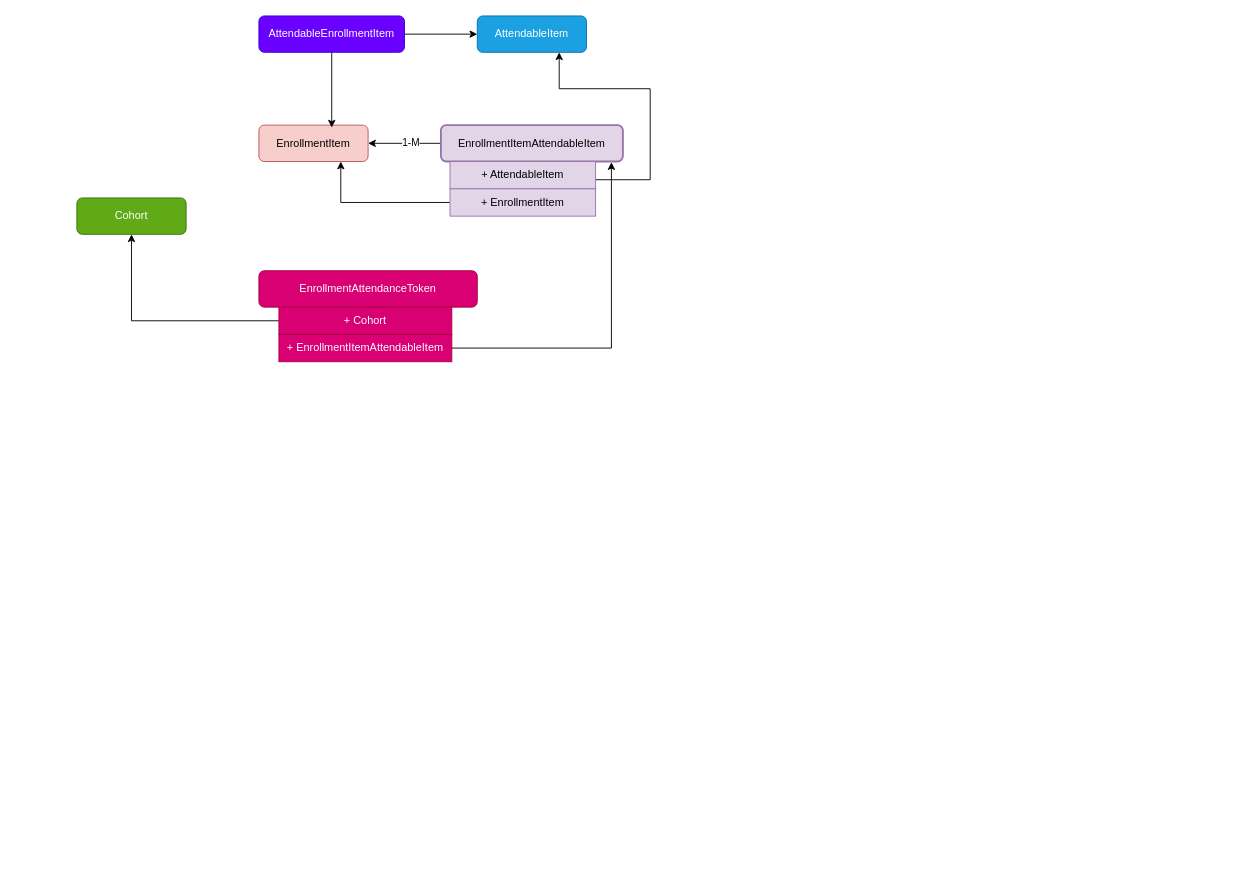
This is Enrolla.drawio from nana-essah/data-abstractions, a draw.io file, before an edit. Source tidied: cells renumbered, new cells numbered last; positions are measured from the earlier drawing's top-left corner, leaving out a move shared by most shapes. Both pictures are drawn from the tidied source at 91%, with x=0, y=0 at pixel (76, 15).
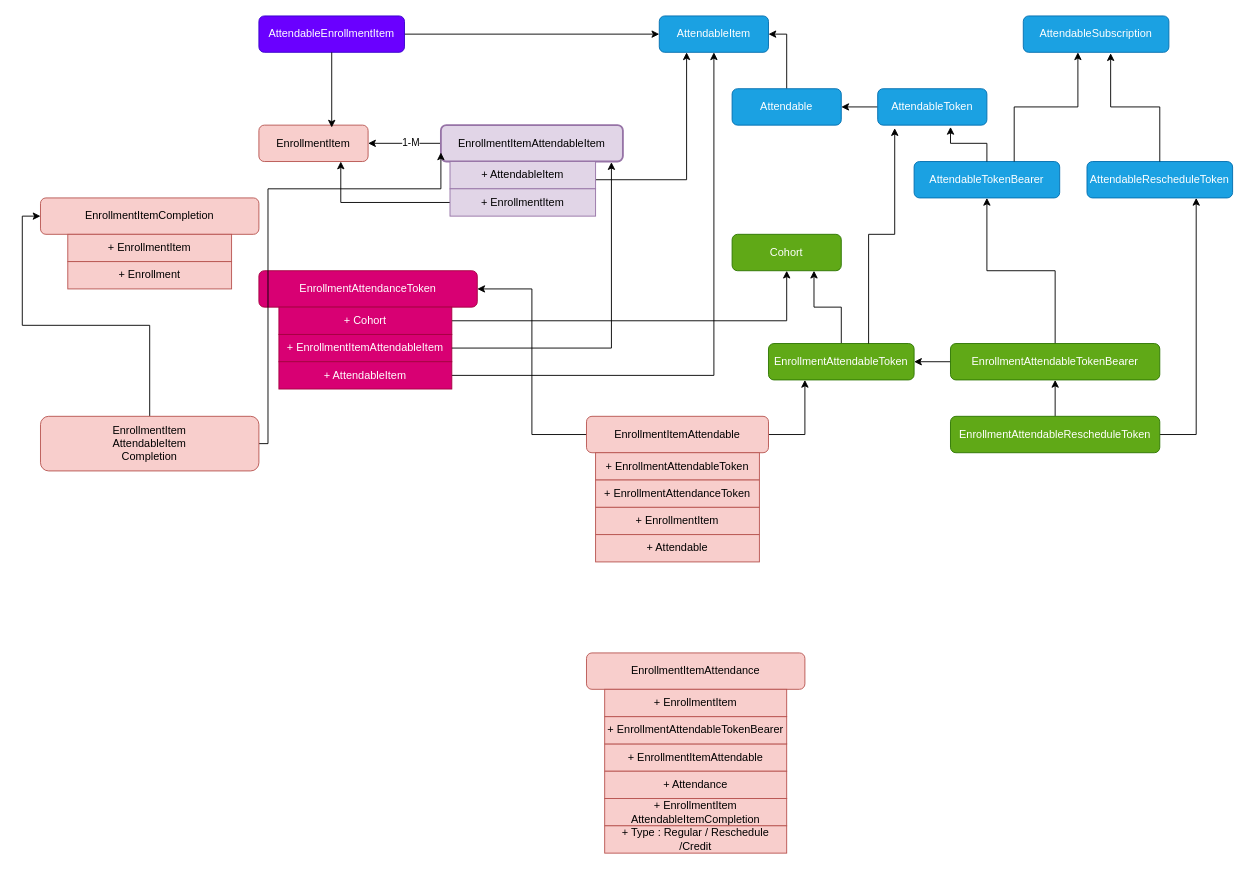
Above is the later version.

The change refers to these unchanged cells:
```xml
<mxCell id="5" value="EnrollmentItemAttendableItem" style="rounded=1;whiteSpace=wrap;html=1;fillColor=#e1d5e7;strokeColor=#9673a6;strokeWidth=2;" parent="1" vertex="1">
  <mxGeometry x="400" y="120" width="200" height="40" as="geometry" />
</mxCell>
<mxCell id="11" value="+ AttendableItem" style="text;html=1;align=center;verticalAlign=middle;whiteSpace=wrap;rounded=0;strokeColor=#9673a6;fillColor=#e1d5e7;" parent="1" vertex="1">
  <mxGeometry x="410" y="160" width="160" height="30" as="geometry" />
</mxCell>
<mxCell id="14" value="EnrollmentAttendanceToken" style="rounded=1;whiteSpace=wrap;html=1;fillColor=#d80073;fontColor=#ffffff;strokeColor=#A50040;" parent="1" vertex="1">
  <mxGeometry x="200" y="280" width="240" height="40" as="geometry" />
</mxCell>
```

What changed in the source:
```diff
@@
     <mxCell id="6" value="AttendableItem" style="rounded=1;whiteSpace=wrap;html=1;fillColor=#1ba1e2;fontColor=#ffffff;strokeColor=#006EAF;" parent="1" vertex="1">
-      <mxGeometry x="440" width="120" height="40" as="geometry" />
+      <mxGeometry x="640" width="120" height="40" as="geometry" />
     </mxCell>
@@
-    <mxCell id="10" style="edgeStyle=orthogonalEdgeStyle;rounded=0;jettySize=auto;html=1;entryX=0.75;entryY=1;entryDx=0;entryDy=0;" parent="1" edge="1" source="11" target="6">
+    <mxCell id="10" style="edgeStyle=orthogonalEdgeStyle;rounded=0;jettySize=auto;html=1;entryX=0.25;entryY=1;entryDx=0;entryDy=0;" parent="1" edge="1" source="11" target="6">
       <mxGeometry relative="1" as="geometry">
         <Array as="points">
-          <mxPoint x="630" y="180" />
-          <mxPoint x="630" y="80" />
-          <mxPoint x="530" y="80" />
+          <mxPoint x="670" y="180" />
         </Array>
       </mxGeometry>
     </mxCell>
@@
     <mxCell id="19" value="Cohort" style="rounded=1;whiteSpace=wrap;html=1;fillColor=#60a917;fontColor=#ffffff;strokeColor=#2D7600;" parent="1" vertex="1">
-      <mxGeometry y="200" width="120" height="40" as="geometry" />
+      <mxGeometry x="720" y="240" width="120" height="40" as="geometry" />
     </mxCell>
+    <mxCell id="20" style="edgeStyle=orthogonalEdgeStyle;rounded=0;jettySize=auto;html=1;entryX=0.5;entryY=1;entryDx=0;entryDy=0;" parent="1" edge="1" source="21" target="6">
+      <mxGeometry relative="1" as="geometry" />
+    </mxCell>
+    <mxCell id="21" value="+ AttendableItem" style="text;html=1;align=center;verticalAlign=middle;whiteSpace=wrap;rounded=0;strokeColor=#A50040;fillColor=#d80073;fontColor=#ffffff;" parent="1" vertex="1">
+      <mxGeometry x="222" y="380" width="190" height="30" as="geometry" />
+    </mxCell>
+    <mxCell id="22" style="edgeStyle=orthogonalEdgeStyle;rounded=0;jettySize=auto;html=1;entryX=1;entryY=0.5;entryDx=0;entryDy=0;" parent="1" edge="1" source="23" target="6">
+      <mxGeometry relative="1" as="geometry" />
+    </mxCell>
+    <mxCell id="23" value="Attendable" style="rounded=1;whiteSpace=wrap;html=1;fillColor=#1ba1e2;fontColor=#ffffff;strokeColor=#006EAF;" parent="1" vertex="1">
+      <mxGeometry x="720" y="80" width="120" height="40" as="geometry" />
+    </mxCell>
+    <mxCell id="24" style="edgeStyle=orthogonalEdgeStyle;rounded=0;jettySize=auto;html=1;entryX=1;entryY=0.5;entryDx=0;entryDy=0;" parent="1" edge="1" source="25" target="23">
+      <mxGeometry relative="1" as="geometry" />
+    </mxCell>
+    <mxCell id="25" value="AttendableToken" style="rounded=1;whiteSpace=wrap;html=1;fillColor=#1ba1e2;fontColor=#ffffff;strokeColor=#006EAF;" parent="1" vertex="1">
+      <mxGeometry x="880" y="80" width="120" height="40" as="geometry" />
+    </mxCell>
+    <mxCell id="26" value="AttendableTokenBearer" style="rounded=1;whiteSpace=wrap;html=1;fillColor=#1ba1e2;fontColor=#ffffff;strokeColor=#006EAF;" parent="1" vertex="1">
+      <mxGeometry x="920" y="160" width="160" height="40" as="geometry" />
+    </mxCell>
+    <mxCell id="27" style="edgeStyle=orthogonalEdgeStyle;rounded=0;jettySize=auto;html=1;entryX=0.667;entryY=1.05;entryDx=0;entryDy=0;entryPerimeter=0;" parent="1" edge="1" source="26" target="25">
+      <mxGeometry relative="1" as="geometry" />
+    </mxCell>
+    <mxCell id="28" style="edgeStyle=orthogonalEdgeStyle;rounded=0;jettySize=auto;html=1;entryX=0.75;entryY=1;entryDx=0;entryDy=0;" parent="1" edge="1" source="29" target="19">
+      <mxGeometry relative="1" as="geometry" />
+    </mxCell>
+    <mxCell id="29" value="EnrollmentAttendableToken" style="rounded=1;whiteSpace=wrap;html=1;fillColor=#60a917;fontColor=#ffffff;strokeColor=#2D7600;" parent="1" vertex="1">
+      <mxGeometry x="760" y="360" width="160" height="40" as="geometry" />
+    </mxCell>
+    <mxCell id="30" style="edgeStyle=orthogonalEdgeStyle;rounded=0;jettySize=auto;html=1;entryX=0.156;entryY=1.083;entryDx=0;entryDy=0;entryPerimeter=0;" parent="1" edge="1" source="29" target="25">
+      <mxGeometry relative="1" as="geometry">
+        <Array as="points">
+          <mxPoint x="870" y="240" />
+          <mxPoint x="899" y="240" />
+        </Array>
+      </mxGeometry>
+    </mxCell>
+    <mxCell id="31" style="edgeStyle=orthogonalEdgeStyle;rounded=0;jettySize=auto;html=1;entryX=1;entryY=0.5;entryDx=0;entryDy=0;" parent="1" edge="1" source="33" target="29">
+      <mxGeometry relative="1" as="geometry" />
+    </mxCell>
+    <mxCell id="32" style="edgeStyle=orthogonalEdgeStyle;rounded=0;jettySize=auto;html=1;entryX=0.5;entryY=1;entryDx=0;entryDy=0;" parent="1" edge="1" source="33" target="26">
+      <mxGeometry relative="1" as="geometry" />
+    </mxCell>
+    <mxCell id="33" value="EnrollmentAttendableTokenBearer" style="rounded=1;whiteSpace=wrap;html=1;fillColor=#60a917;fontColor=#ffffff;strokeColor=#2D7600;" parent="1" vertex="1">
+      <mxGeometry x="960" y="360" width="230" height="40" as="geometry" />
+    </mxCell>
+    <mxCell id="34" value="AttendableSubscription" style="rounded=1;whiteSpace=wrap;html=1;fillColor=#1ba1e2;fontColor=#ffffff;strokeColor=#006EAF;" parent="1" vertex="1">
+      <mxGeometry x="1040" width="160" height="40" as="geometry" />
+    </mxCell>
+    <mxCell id="35" value="AttendableRescheduleToken" style="rounded=1;whiteSpace=wrap;html=1;fillColor=#1ba1e2;fontColor=#ffffff;strokeColor=#006EAF;" parent="1" vertex="1">
+      <mxGeometry x="1110" y="160" width="160" height="40" as="geometry" />
+    </mxCell>
+    <mxCell id="36" style="edgeStyle=orthogonalEdgeStyle;rounded=0;jettySize=auto;html=1;entryX=0.375;entryY=1;entryDx=0;entryDy=0;entryPerimeter=0;" parent="1" edge="1" source="26" target="34">
+      <mxGeometry relative="1" as="geometry">
+        <Array as="points">
+          <mxPoint x="1030" y="100" />
+          <mxPoint x="1100" y="100" />
+        </Array>
+      </mxGeometry>
+    </mxCell>
+    <mxCell id="37" style="edgeStyle=orthogonalEdgeStyle;rounded=0;jettySize=auto;html=1;entryX=0.6;entryY=1.025;entryDx=0;entryDy=0;entryPerimeter=0;" parent="1" edge="1" source="35" target="34">
+      <mxGeometry relative="1" as="geometry" />
+    </mxCell>
+    <mxCell id="38" style="edgeStyle=orthogonalEdgeStyle;rounded=0;jettySize=auto;html=1;entryX=0.5;entryY=1;entryDx=0;entryDy=0;" parent="1" edge="1" source="40" target="33">
+      <mxGeometry relative="1" as="geometry" />
+    </mxCell>
+    <mxCell id="39" style="edgeStyle=orthogonalEdgeStyle;rounded=0;jettySize=auto;html=1;entryX=0.75;entryY=1;entryDx=0;entryDy=0;" parent="1" edge="1" source="40" target="35">
+      <mxGeometry relative="1" as="geometry">
+        <Array as="points">
+          <mxPoint x="1230" y="460" />
+        </Array>
+      </mxGeometry>
+    </mxCell>
+    <mxCell id="40" value="EnrollmentAttendableRescheduleToken" style="rounded=1;whiteSpace=wrap;html=1;fillColor=#60a917;fontColor=#ffffff;strokeColor=#2D7600;" parent="1" vertex="1">
+      <mxGeometry x="960" y="440" width="230" height="40" as="geometry" />
+    </mxCell>
+    <mxCell id="41" style="edgeStyle=orthogonalEdgeStyle;rounded=0;jettySize=auto;html=1;entryX=1;entryY=0.5;entryDx=0;entryDy=0;" parent="1" edge="1" source="43" target="14">
+      <mxGeometry relative="1" as="geometry" />
+    </mxCell>
+    <mxCell id="42" style="edgeStyle=orthogonalEdgeStyle;rounded=0;jettySize=auto;html=1;entryX=0.25;entryY=1;entryDx=0;entryDy=0;" parent="1" edge="1" source="43" target="29">
+      <mxGeometry relative="1" as="geometry">
+        <Array as="points">
+          <mxPoint x="800" y="460" />
+        </Array>
+      </mxGeometry>
+    </mxCell>
+    <mxCell id="43" value="EnrollmentItemAttendable" style="rounded=1;whiteSpace=wrap;html=1;fillColor=#f8cecc;strokeColor=#b85450;" parent="1" vertex="1">
+      <mxGeometry x="560" y="440" width="200" height="40" as="geometry" />
+    </mxCell>
+    <mxCell id="44" value="EnrollmentItemAttendance" style="rounded=1;whiteSpace=wrap;html=1;fillColor=#f8cecc;strokeColor=#b85450;" parent="1" vertex="1">
+      <mxGeometry x="560" y="700" width="240" height="40" as="geometry" />
+    </mxCell>
+    <mxCell id="45" value="+ EnrollmentAttendableToken" style="text;html=1;align=center;verticalAlign=middle;whiteSpace=wrap;rounded=0;strokeColor=#b85450;fillColor=#f8cecc;" parent="1" vertex="1">
+      <mxGeometry x="570" y="480" width="180" height="30" as="geometry" />
+    </mxCell>
+    <mxCell id="46" value="+&amp;nbsp;EnrollmentAttendanceToken" style="text;html=1;align=center;verticalAlign=middle;whiteSpace=wrap;rounded=0;strokeColor=#b85450;fillColor=#f8cecc;" parent="1" vertex="1">
+      <mxGeometry x="570" y="510" width="180" height="30" as="geometry" />
+    </mxCell>
+    <mxCell id="47" value="+&amp;nbsp;EnrollmentItem" style="text;html=1;align=center;verticalAlign=middle;whiteSpace=wrap;rounded=0;strokeColor=#b85450;fillColor=#f8cecc;" parent="1" vertex="1">
+      <mxGeometry x="570" y="540" width="180" height="30" as="geometry" />
+    </mxCell>
+    <mxCell id="48" value="+ Attendable" style="text;html=1;align=center;verticalAlign=middle;whiteSpace=wrap;rounded=0;strokeColor=#b85450;fillColor=#f8cecc;" parent="1" vertex="1">
+      <mxGeometry x="570" y="570" width="180" height="30" as="geometry" />
+    </mxCell>
+    <mxCell id="49" value="+&amp;nbsp;EnrollmentItemAttendable" style="text;html=1;align=center;verticalAlign=middle;whiteSpace=wrap;rounded=0;strokeColor=#b85450;fillColor=#f8cecc;" parent="1" vertex="1">
+      <mxGeometry x="580" y="800" width="200" height="30" as="geometry" />
+    </mxCell>
+    <mxCell id="50" value="+ Attendance" style="text;html=1;align=center;verticalAlign=middle;whiteSpace=wrap;rounded=0;strokeColor=#b85450;fillColor=#f8cecc;" parent="1" vertex="1">
+      <mxGeometry x="580" y="830" width="200" height="30" as="geometry" />
+    </mxCell>
+    <mxCell id="51" value="&lt;div&gt;+&amp;nbsp;EnrollmentItem&lt;/div&gt;&lt;div&gt;AttendableItemCompletion&lt;/div&gt;" style="text;html=1;align=center;verticalAlign=middle;whiteSpace=wrap;rounded=0;strokeColor=#b85450;fillColor=#f8cecc;" parent="1" vertex="1">
+      <mxGeometry x="580" y="860" width="200" height="30" as="geometry" />
+    </mxCell>
+    <mxCell id="52" value="+ Type : Regular / Reschedule /Credit" style="text;html=1;align=center;verticalAlign=middle;whiteSpace=wrap;rounded=0;strokeColor=#b85450;fillColor=#f8cecc;" parent="1" vertex="1">
+      <mxGeometry x="580" y="890" width="200" height="30" as="geometry" />
+    </mxCell>
+    <mxCell id="53" value="+&amp;nbsp;EnrollmentAttendableTokenBearer" style="text;html=1;align=center;verticalAlign=middle;whiteSpace=wrap;rounded=0;strokeColor=#b85450;fillColor=#f8cecc;" parent="1" vertex="1">
+      <mxGeometry x="580" y="770" width="200" height="30" as="geometry" />
+    </mxCell>
+    <mxCell id="54" value="+ EnrollmentItem" style="text;html=1;align=center;verticalAlign=middle;whiteSpace=wrap;rounded=0;strokeColor=#b85450;fillColor=#f8cecc;" parent="1" vertex="1">
+      <mxGeometry x="580" y="740" width="200" height="30" as="geometry" />
+    </mxCell>
+    <mxCell id="55" value="EnrollmentItemCompletion" style="rounded=1;whiteSpace=wrap;html=1;fillColor=#f8cecc;strokeColor=#b85450;" parent="1" vertex="1">
+      <mxGeometry x="-40" y="200" width="240" height="40" as="geometry" />
+    </mxCell>
+    <mxCell id="56" value="+&amp;nbsp;EnrollmentItem" style="text;html=1;align=center;verticalAlign=middle;whiteSpace=wrap;rounded=0;strokeColor=#b85450;fillColor=#f8cecc;" parent="1" vertex="1">
+      <mxGeometry x="-10" y="240" width="180" height="30" as="geometry" />
+    </mxCell>
+    <mxCell id="57" value="+&amp;nbsp;Enrollment" style="text;html=1;align=center;verticalAlign=middle;whiteSpace=wrap;rounded=0;strokeColor=#b85450;fillColor=#f8cecc;" parent="1" vertex="1">
+      <mxGeometry x="-10" y="270" width="180" height="30" as="geometry" />
+    </mxCell>
+    <mxCell id="58" style="edgeStyle=orthogonalEdgeStyle;rounded=0;jettySize=auto;html=1;entryX=0;entryY=0.5;entryDx=0;entryDy=0;" parent="1" edge="1" source="60" target="55">
+      <mxGeometry relative="1" as="geometry" />
+    </mxCell>
+    <mxCell id="59" style="edgeStyle=orthogonalEdgeStyle;rounded=0;jettySize=auto;html=1;entryX=0;entryY=0.75;entryDx=0;entryDy=0;" parent="1" edge="1" source="60" target="5">
+      <mxGeometry relative="1" as="geometry">
+        <Array as="points">
+          <mxPoint x="210" y="470" />
+          <mxPoint x="210" y="190" />
+          <mxPoint x="400" y="190" />
+        </Array>
+      </mxGeometry>
+    </mxCell>
+    <mxCell id="60" value="&lt;div&gt;EnrollmentItem&lt;/div&gt;&lt;div&gt;AttendableItem&lt;/div&gt;&lt;div&gt;Completion&lt;/div&gt;" style="rounded=1;whiteSpace=wrap;html=1;fillColor=#f8cecc;strokeColor=#b85450;" parent="1" vertex="1">
+      <mxGeometry x="-40" y="440" width="240" height="60" as="geometry" />
+    </mxCell>
```
